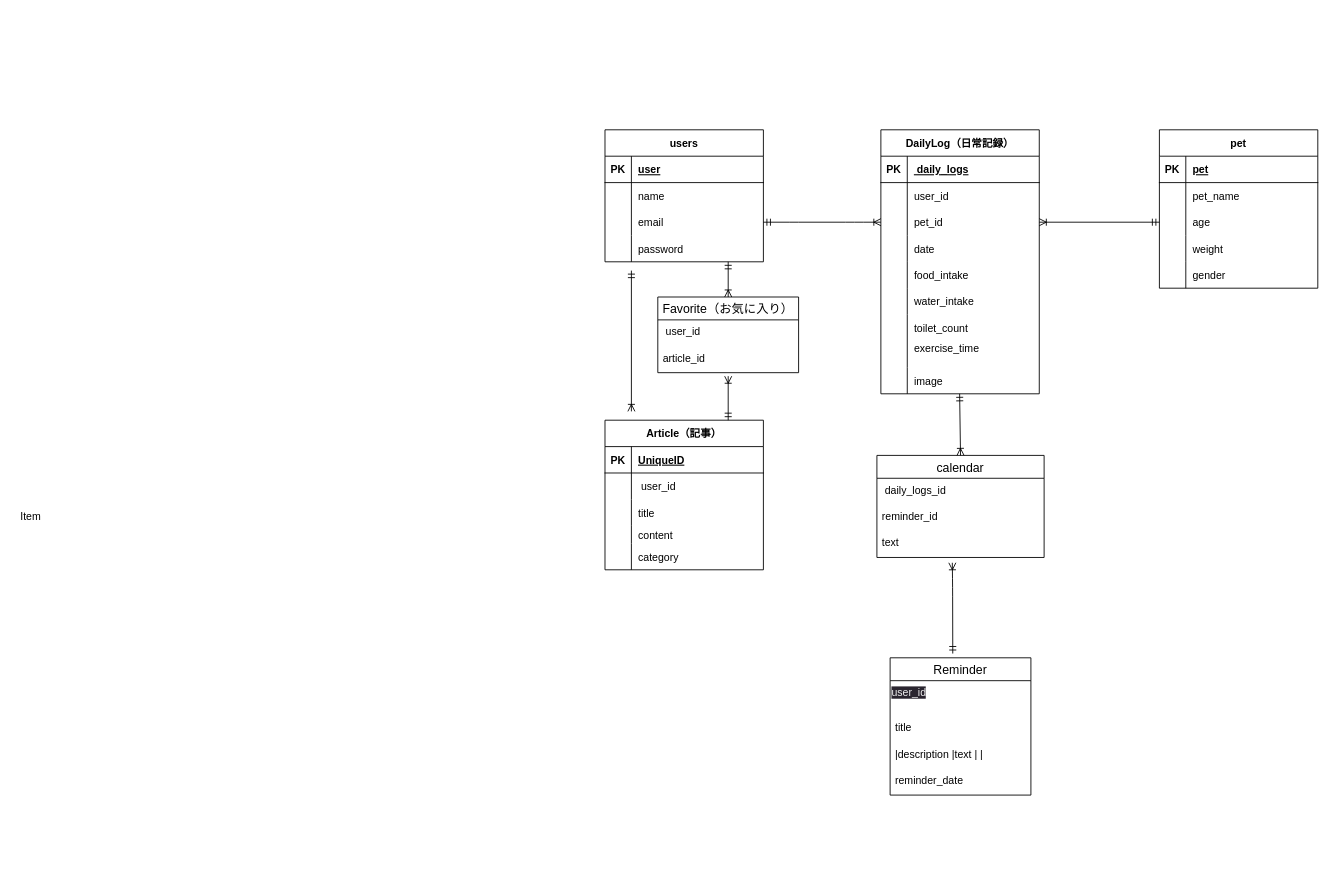
fujimasa0107/pet_health_diary keeps this draw.io diagram as pet_health_dliary.dio. Above is the earlier version. Source tidied: cells renumbered, new cells numbered last; positions are measured from the earlier drawing's top-left corner, leaving out a move shared by most shapes. Both pictures are drawn from the tidied source at 88%, with x=0, y=0 at pixel (15, 129).
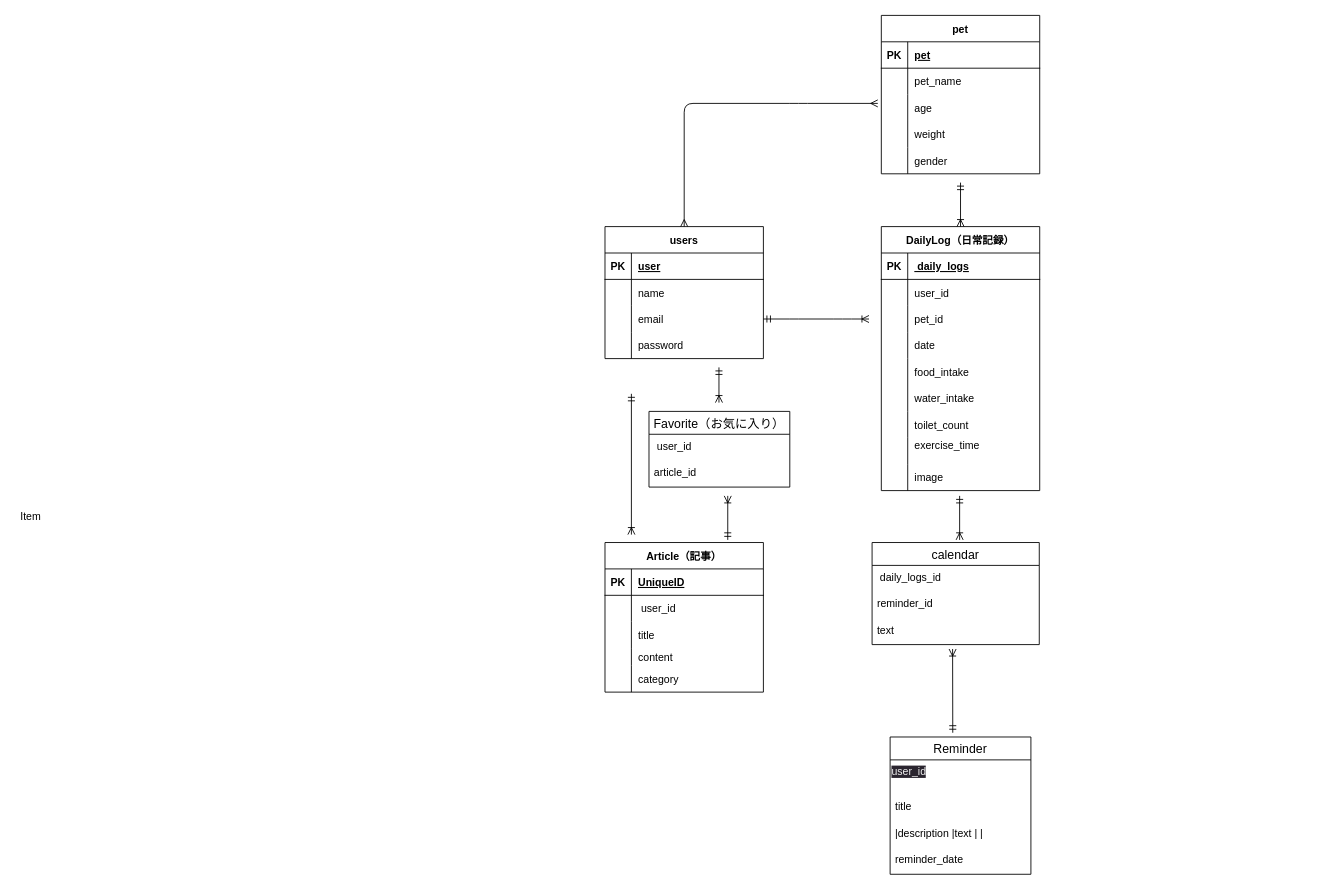
After the change.

Unchanged cells that the change refers to:
```xml
<mxCell id="9" style="shape=tableRow;horizontal=0;startSize=0;swimlaneHead=0;swimlaneBody=0;fillColor=none;points=[[0,0.5],[1,0.5]];portConstraint=eastwest;top=0;left=0;right=0;bottom=0;" parent="2" vertex="1">
  <mxGeometry y="90" width="180" height="30" as="geometry" />
</mxCell>
<mxCell id="37" style="shape=tableRow;horizontal=0;startSize=0;swimlaneHead=0;swimlaneBody=0;fillColor=none;points=[[0,0.5],[1,0.5]];portConstraint=eastwest;top=0;left=0;right=0;bottom=0;" parent="30" vertex="1">
  <mxGeometry y="90" width="180" height="30" as="geometry" />
</mxCell>
<mxCell id="53" style="shape=tableRow;horizontal=0;startSize=0;swimlaneHead=0;swimlaneBody=0;fillColor=none;points=[[0,0.5],[1,0.5]];portConstraint=eastwest;top=0;left=0;right=0;bottom=0;" parent="46" vertex="1">
  <mxGeometry y="90" width="180" height="30" as="geometry" />
</mxCell>
<mxCell id="88" value="text" style="text;strokeColor=none;fillColor=none;spacingLeft=4;spacingRight=4;overflow=hidden;points=[[0,0.5],[1,0.5]];portConstraint=eastwest;fontSize=12;" parent="85" vertex="1">
  <mxGeometry y="86" width="190" height="30" as="geometry" />
</mxCell>
```

Diff of the diagram source:
```diff
@@
     <mxCell id="2" value="DailyLog（日常記録）" style="shape=table;startSize=30;childLayout=tableLayout;rowLines=0;fontStyle=1;align=center;" parent="1" vertex="1">
-      <mxGeometry x="983.5" width="180" height="300" as="geometry" />
+      <mxGeometry x="984" y="110" width="180" height="300" as="geometry" />
     </mxCell>
@@
     <mxCell id="30" value="pet" style="shape=table;startSize=30;childLayout=tableLayout;rowLines=0;fontStyle=1;align=center;" parent="1" vertex="1">
-      <mxGeometry x="1300" width="180" height="180" as="geometry" />
+      <mxGeometry x="984" y="-130" width="180" height="180" as="geometry" />
     </mxCell>
@@
     <mxCell id="46" value="users" style="shape=table;startSize=30;childLayout=tableLayout;rowLines=0;fontStyle=1;align=center;" parent="1" vertex="1">
-      <mxGeometry x="670" width="180" height="150" as="geometry" />
+      <mxGeometry x="670" y="110" width="180" height="150" as="geometry" />
     </mxCell>
@@
     <mxCell id="59" value="Article（記事）" style="shape=table;startSize=30;childLayout=tableLayout;rowLines=0;fontStyle=1;align=center;" parent="1" vertex="1">
-      <mxGeometry x="670" y="330" width="180" height="170" as="geometry" />
+      <mxGeometry x="670" y="469" width="180" height="170" as="geometry" />
     </mxCell>
@@
     <mxCell id="75" value="Favorite（お気に入り）" style="swimlane;fontStyle=0;horizontal=1;startSize=26;align=center;fontSize=14;" parent="1" vertex="1">
-      <mxGeometry x="730" y="190" width="160" height="86" as="geometry" />
+      <mxGeometry x="720" y="320" width="160" height="86" as="geometry" />
     </mxCell>
@@
     <mxCell id="78" value="Reminder" style="swimlane;fontStyle=0;horizontal=1;startSize=26;align=center;fontSize=14;" parent="1" vertex="1">
-      <mxGeometry x="994" y="600" width="160" height="156" as="geometry" />
+      <mxGeometry x="994" y="690" width="160" height="156" as="geometry" />
     </mxCell>
@@
-    <mxCell id="83" style="edgeStyle=entityRelationEdgeStyle;fontSize=12;html=1;endArrow=ERoneToMany;startArrow=ERmandOne;exitX=1;exitY=0.5;exitDx=0;exitDy=0;entryX=0;entryY=0.5;entryDx=0;entryDy=0;" parent="1" edge="1" source="53" target="9">
-      <mxGeometry relative="1" as="geometry" />
+    <mxCell id="83" style="edgeStyle=entityRelationEdgeStyle;fontSize=12;html=1;endArrow=ERoneToMany;startArrow=ERmandOne;exitX=1;exitY=0.5;exitDx=0;exitDy=0;" parent="1" edge="1" source="53">
+      <mxGeometry relative="1" as="geometry">
+        <mxPoint x="970" y="215" as="targetPoint" />
+      </mxGeometry>
     </mxCell>
-    <mxCell id="84" style="fontSize=12;html=1;endArrow=ERoneToMany;startArrow=ERmandOne;exitX=0;exitY=0.5;exitDx=0;exitDy=0;entryX=1;entryY=0.5;entryDx=0;entryDy=0;" parent="1" edge="1" source="37" target="9">
-      <mxGeometry relative="1" as="geometry" />
+    <mxCell id="84" style="fontSize=12;html=1;endArrow=ERoneToMany;startArrow=ERmandOne;entryX=0.5;entryY=0;entryDx=0;entryDy=0;" parent="1" edge="1" target="2">
+      <mxGeometry relative="1" as="geometry">
+        <mxPoint x="1074" y="60" as="sourcePoint" />
+      </mxGeometry>
     </mxCell>
     <mxCell id="85" value="calendar" style="swimlane;fontStyle=0;horizontal=1;startSize=26;align=center;fontSize=14;" parent="1" vertex="1">
-      <mxGeometry x="979" y="370" width="190" height="116" as="geometry" />
+      <mxGeometry x="973.5" y="469" width="190" height="116" as="geometry" />
     </mxCell>
@@
-    <mxCell id="89" style="fontSize=12;html=1;endArrow=ERoneToMany;startArrow=ERmandOne;exitX=0.445;exitY=-0.031;exitDx=0;exitDy=0;exitPerimeter=0;entryX=0.451;entryY=1.2;entryDx=0;entryDy=0;entryPerimeter=0;" parent="1" edge="1" source="78" target="88">
+    <mxCell id="89" style="fontSize=12;html=1;endArrow=ERoneToMany;startArrow=ERmandOne;exitX=0.445;exitY=-0.031;exitDx=0;exitDy=0;exitPerimeter=0;" parent="1" edge="1" source="78">
       <mxGeometry relative="1" as="geometry">
-        <Array as="points">
-          <mxPoint x="1065" y="520" />
-        </Array>
+        <mxPoint x="1065" y="590" as="targetPoint" />
       </mxGeometry>
     </mxCell>
-    <mxCell id="90" style="fontSize=12;html=1;endArrow=ERoneToMany;startArrow=ERmandOne;entryX=0.5;entryY=0;entryDx=0;entryDy=0;" parent="1" edge="1" target="85">
+    <mxCell id="90" style="fontSize=12;html=1;endArrow=ERoneToMany;startArrow=ERmandOne;" parent="1" edge="1">
       <mxGeometry relative="1" as="geometry">
-        <mxPoint x="1073" y="300" as="sourcePoint" />
+        <mxPoint x="1073" y="416" as="sourcePoint" />
+        <mxPoint x="1073" y="466" as="targetPoint" />
       </mxGeometry>
     </mxCell>
@@
     <mxCell id="92" style="fontSize=12;html=1;endArrow=ERoneToMany;startArrow=ERmandOne;" parent="1" edge="1">
       <mxGeometry relative="1" as="geometry">
-        <mxPoint x="810" y="150" as="sourcePoint" />
-        <mxPoint x="810" y="190" as="targetPoint" />
+        <mxPoint x="799.5" y="270" as="sourcePoint" />
+        <mxPoint x="799.5" y="310" as="targetPoint" />
       </mxGeometry>
     </mxCell>
     <mxCell id="93" style="fontSize=12;html=1;endArrow=ERoneToMany;startArrow=ERmandOne;" parent="1" edge="1">
       <mxGeometry relative="1" as="geometry">
-        <mxPoint x="700" y="160" as="sourcePoint" />
-        <mxPoint x="700" y="320" as="targetPoint" />
+        <mxPoint x="700" y="300" as="sourcePoint" />
+        <mxPoint x="700" y="460" as="targetPoint" />
       </mxGeometry>
     </mxCell>
     <mxCell id="94" style="fontSize=12;html=1;endArrow=ERoneToMany;startArrow=ERmandOne;" parent="1" edge="1">
       <mxGeometry relative="1" as="geometry">
-        <mxPoint x="810" y="330" as="sourcePoint" />
-        <mxPoint x="810" y="280" as="targetPoint" />
+        <mxPoint x="809.5" y="466" as="sourcePoint" />
+        <mxPoint x="809.5" y="416" as="targetPoint" />
       </mxGeometry>
     </mxCell>
+    <mxCell id="95" style="edgeStyle=orthogonalEdgeStyle;fontSize=12;html=1;endArrow=ERmany;startArrow=ERmany;exitX=0.5;exitY=0;exitDx=0;exitDy=0;" parent="1" edge="1" source="46">
+      <mxGeometry relative="1" as="geometry">
+        <mxPoint x="980" y="-30" as="targetPoint" />
+        <Array as="points">
+          <mxPoint x="760" y="-30" />
+          <mxPoint x="890" y="-30" />
+        </Array>
+      </mxGeometry>
+    </mxCell>
```
